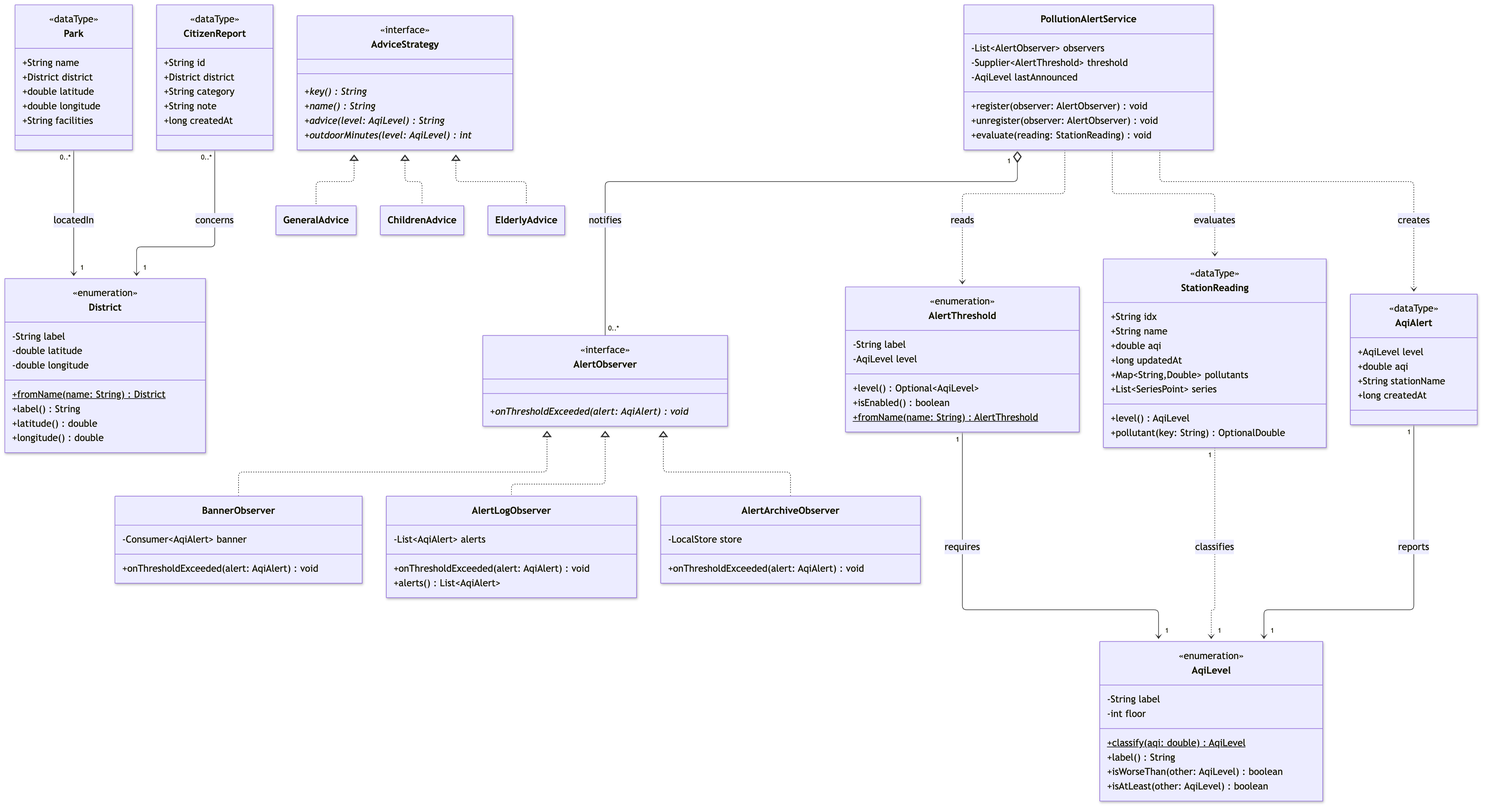
This is docs/diagrams/class-diagram-core.png from melvinchia3636/sc-assignment, a Mermaid export, as it was before one commit. Its source is kept beside it as docs/diagrams/class-diagram-core.mmd.
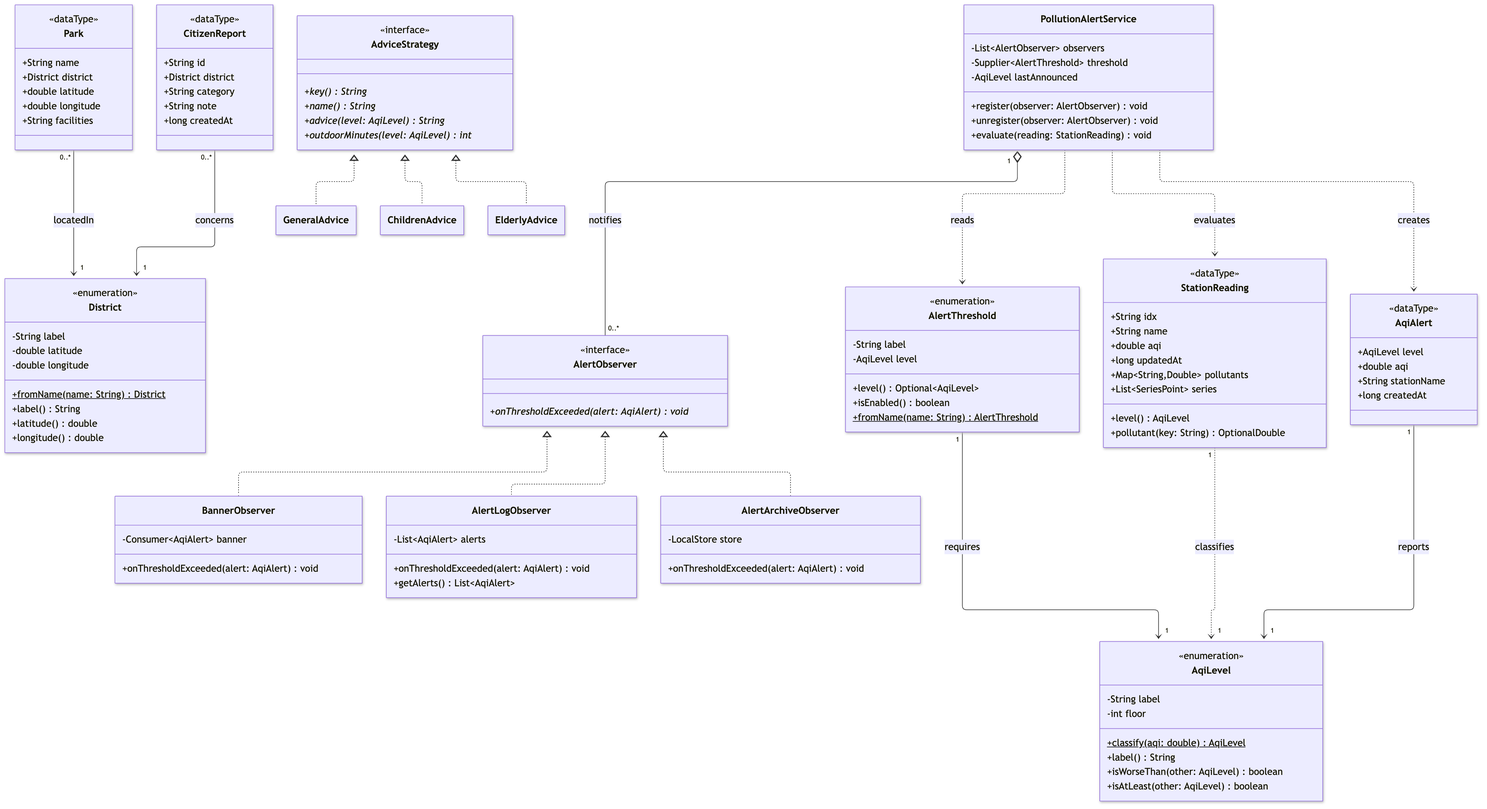
Later version of the same file.

Diff of the diagram source:
```diff
@@ -92,7 +92,7 @@
     class AlertLogObserver {
         -List~AqiAlert~ alerts
         +onThresholdExceeded(alert: AqiAlert) void
-        +alerts() List~AqiAlert~
+        +getAlerts() List~AqiAlert~
     }
 
     class AlertArchiveObserver {
```
